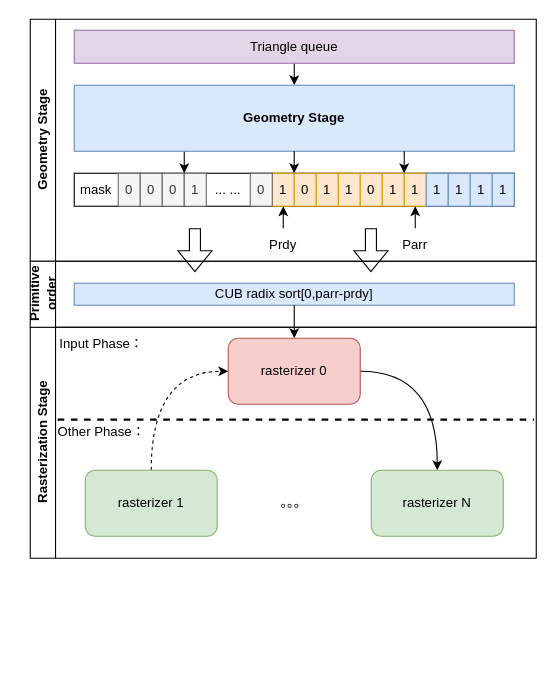
spaceboy202105/img keeps this draw.io diagram as sig18primitiveorder.drawio. Above is the earlier version. Source tidied: cells renumbered, new cells numbered last; positions are measured from the earlier drawing's top-left corner, leaving out a move shared by most shapes. Both pictures are drawn from the tidied source at 110%, with x=0, y=0 at pixel (19, 19).
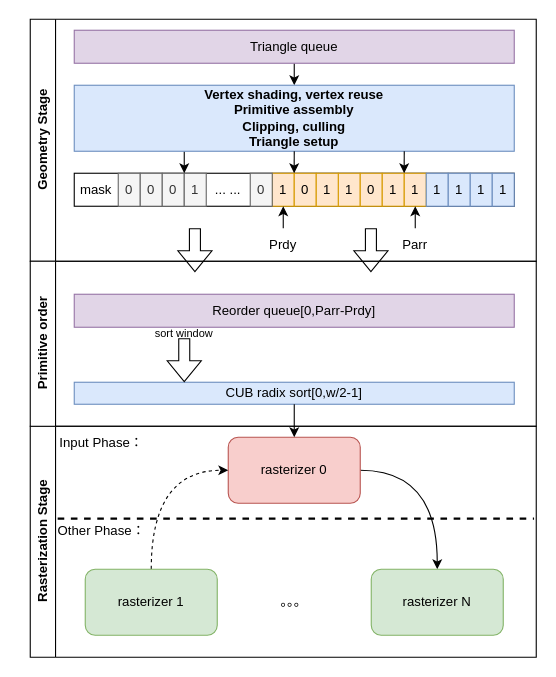
The same diagram, later.

The change refers to these unchanged cells:
```xml
<mxCell id="12" value="Geometry Stage" style="swimlane;horizontal=0;whiteSpace=wrap;html=1;" parent="1" vertex="1">
  <mxGeometry x="10" width="460" height="220" as="geometry" />
</mxCell>
```

What changed in the source:
```diff
@@
     <mxCell id="2" style="endArrow=none;html=1;rounded=0;exitX=0.002;exitY=0.4;exitDx=0;exitDy=0;exitPerimeter=0;dashed=1;strokeWidth=2;endSize=0;startSize=0;" parent="1" edge="1" source="3">
       <mxGeometry relative="1" as="geometry">
-        <mxPoint x="468" y="364" as="targetPoint" />
+        <mxPoint x="468" y="454" as="targetPoint" />
       </mxGeometry>
     </mxCell>
     <mxCell id="3" value="Rasterization Stage" style="swimlane;horizontal=0;whiteSpace=wrap;html=1;" parent="1" vertex="1">
-      <mxGeometry x="10" y="280" width="460" height="210" as="geometry" />
+      <mxGeometry x="10" y="370" width="460" height="210" as="geometry" />
     </mxCell>
@@
-    <mxCell id="37" value="&lt;span style=&quot;font-weight: 700;&quot;&gt;Geometry Stage&lt;/span&gt;" style="rounded=0;whiteSpace=wrap;html=1;fillColor=#dae8fc;strokeColor=#6c8ebf;" parent="12" vertex="1">
+    <mxCell id="37" value="&lt;b&gt;Vertex shading, vertex reuse&lt;/b&gt;&lt;br&gt;&lt;div&gt;&lt;b&gt;Primitive assembly&lt;/b&gt;&lt;br&gt;&lt;/div&gt;&lt;div&gt;&lt;b&gt;Clipping, culling&lt;/b&gt;&lt;br&gt;&lt;/div&gt;&lt;div&gt;&lt;b&gt;Triangle setup&lt;/b&gt;&lt;br&gt;&lt;/div&gt;" style="rounded=0;whiteSpace=wrap;html=1;fillColor=#dae8fc;strokeColor=#6c8ebf;" parent="12" vertex="1">
       <mxGeometry x="40" y="60" width="400" height="60" as="geometry" />
     </mxCell>
@@
     <mxCell id="44" value="Primitive order" style="swimlane;horizontal=0;whiteSpace=wrap;html=1;" parent="1" vertex="1">
-      <mxGeometry x="10" y="220" width="460" height="60" as="geometry" />
+      <mxGeometry x="10" y="220" width="460" height="150" as="geometry" />
     </mxCell>
-    <mxCell id="45" value="CUB radix sort[0,parr-prdy]" style="rounded=0;whiteSpace=wrap;html=1;fillColor=#dae8fc;strokeColor=#6c8ebf;" parent="44" vertex="1">
-      <mxGeometry x="40" y="20" width="400" height="20" as="geometry" />
+    <mxCell id="45" value="CUB radix sort[0,w/2-1]" style="rounded=0;whiteSpace=wrap;html=1;fillColor=#dae8fc;strokeColor=#6c8ebf;" parent="44" vertex="1">
+      <mxGeometry x="40" y="110" width="400" height="20" as="geometry" />
     </mxCell>
+    <mxCell id="47" value="Reorder queue[0,Parr-Prdy]" style="rounded=0;whiteSpace=wrap;html=1;fillColor=#e1d5e7;strokeColor=#9673a6;" parent="44" vertex="1">
+      <mxGeometry x="40" y="30" width="400" height="30" as="geometry" />
+    </mxCell>
+    <mxCell id="48" value="sort window" style="text;html=1;align=center;verticalAlign=middle;whiteSpace=wrap;rounded=0;fontSize=10;" parent="44" vertex="1">
+      <mxGeometry x="110" y="50" width="60" height="30" as="geometry" />
+    </mxCell>
+    <mxCell id="49" style="shape=flexArrow;endArrow=classic;html=1;rounded=0;entryX=0.25;entryY=0;entryDx=0;entryDy=0;" parent="44" edge="1" target="45">
+      <mxGeometry relative="1" as="geometry">
+        <mxPoint x="140" y="70" as="sourcePoint" />
+      </mxGeometry>
+    </mxCell>
```
